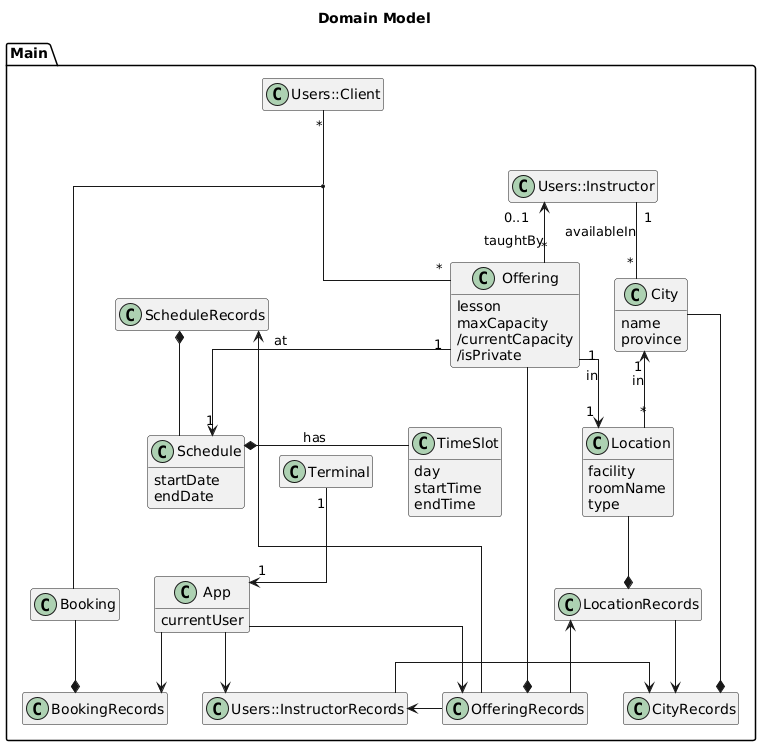
Above: diagrams/out/domain-model/Domain Model.png in NathanGrenier/SOEN-342-Project (PlantUML), before the change.
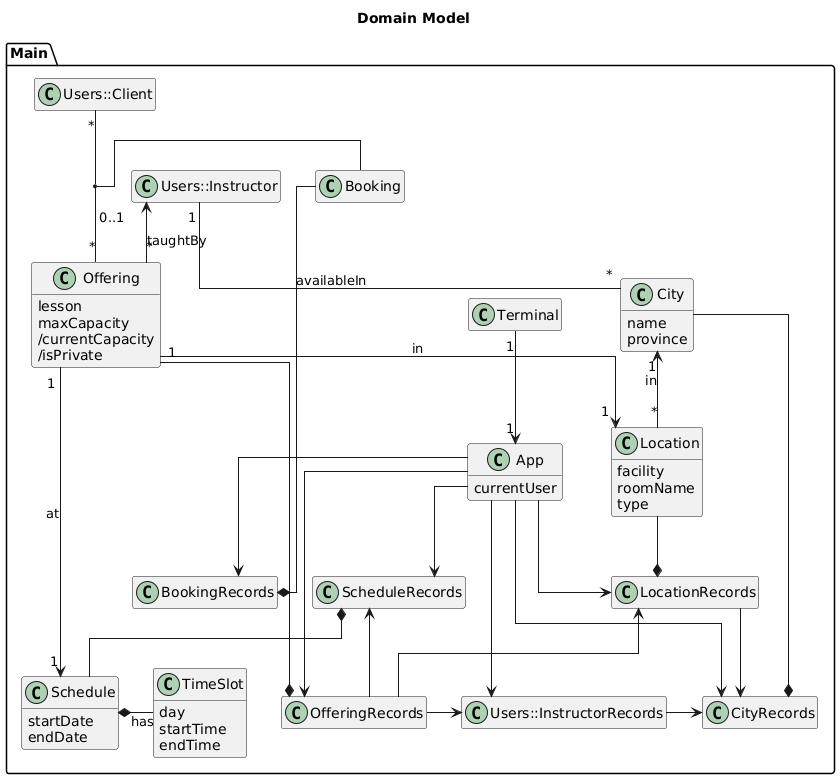
After the commit.

Diff of the diagram source:
```diff
@@ -52,6 +52,9 @@
     App --> OfferingRecords
     App --> BookingRecords
     App -> InstructorRecords
+    App -> CityRecords
+    App -> LocationRecords
+    App --> ScheduleRecords
 
     InstructorRecords -> CityRecords
 
```
